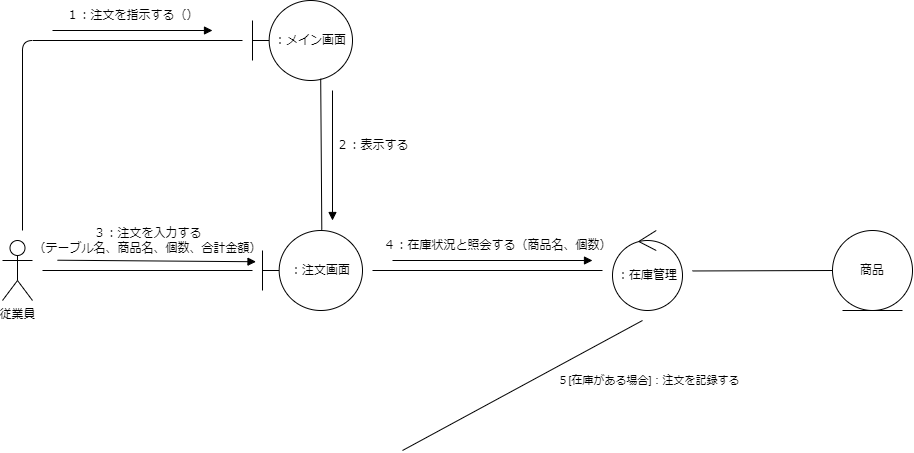
This is psp4/コミュニケーション図/コミュニケーション図_オーダー.drawio.png from MasakiHiguchi/---, a draw.io export, as it was before one commit. Source tidied: cells renumbered, new cells last; positions are measured from the earlier drawing's top-left corner, leaving out a move shared by most shapes.
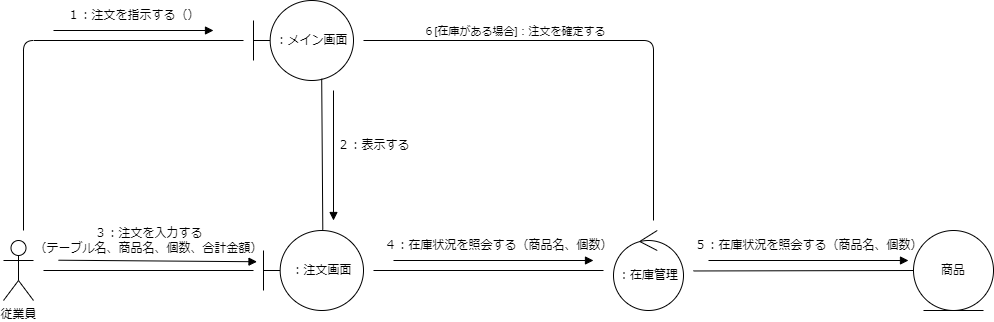
The same file after the commit.

Commit message:
できました！

Change to the diagram source:
```diff
@@ -32,7 +32,7 @@
       </mxGeometry>
     </mxCell>
     <mxCell id="8" value="商品" style="ellipse;shape=umlEntity;whiteSpace=wrap;html=1;" parent="1" vertex="1">
-      <mxGeometry x="830" y="230" width="80" height="80" as="geometry" />
+      <mxGeometry x="910" y="230" width="80" height="80" as="geometry" />
     </mxCell>
     <mxCell id="9" value="１：注文を指示する（）" style="text;html=1;align=center;verticalAlign=middle;strokeColor=none;fillColor=none;" parent="1" vertex="1">
       <mxGeometry x="50" width="160" height="30" as="geometry" />
@@ -78,19 +78,31 @@
         <mxPoint x="590" y="260" as="targetPoint" />
       </mxGeometry>
     </mxCell>
-    <mxCell id="19" value="４：在庫状況と照会する（商品名、個数）" style="text;html=1;align=center;verticalAlign=middle;strokeColor=none;fillColor=none;" parent="1" vertex="1">
+    <mxCell id="19" value="４：在庫状況を照会する（商品名、個数）" style="text;html=1;align=center;verticalAlign=middle;strokeColor=none;fillColor=none;" parent="1" vertex="1">
       <mxGeometry x="370" y="230" width="250" height="30" as="geometry" />
     </mxCell>
     <mxCell id="20" style="edgeStyle=none;html=1;endArrow=none;endFill=0;" parent="1" edge="1">
       <mxGeometry relative="1" as="geometry">
-        <mxPoint x="400" y="450" as="sourcePoint" />
-        <mxPoint x="640" y="320" as="targetPoint" />
+        <mxPoint x="360" y="40" as="sourcePoint" />
+        <mxPoint x="650" y="220" as="targetPoint" />
+        <Array as="points">
+          <mxPoint x="650" y="40" />
+        </Array>
       </mxGeometry>
     </mxCell>
-    <mxCell id="21" value="５[在庫がある場合]：注文を記録する" style="edgeLabel;html=1;align=center;verticalAlign=middle;" parent="20" vertex="1">
+    <mxCell id="21" value="６[在庫がある場合]：注文を確定する" style="edgeLabel;html=1;align=center;verticalAlign=middle;" parent="20" vertex="1">
       <mxGeometry x="0.5" y="-8" relative="1" as="geometry">
-        <mxPoint x="62" y="20" as="offset" />
+        <mxPoint x="-132" y="-72" as="offset" />
       </mxGeometry>
     </mxCell>
+    <mxCell id="22" value="５：在庫状況を照会する（商品名、個数）" style="text;html=1;align=center;verticalAlign=middle;strokeColor=none;fillColor=none;" parent="1" vertex="1">
+      <mxGeometry x="680" y="230" width="250" height="30" as="geometry" />
+    </mxCell>
+    <mxCell id="23" style="endArrow=block;html=1;endFill=1;" parent="1" edge="1">
+      <mxGeometry relative="1" as="geometry">
+        <mxPoint x="705" y="260" as="sourcePoint" />
+        <mxPoint x="905" y="260" as="targetPoint" />
+      </mxGeometry>
+    </mxCell>
   </root>
 </mxGraphModel>
```
